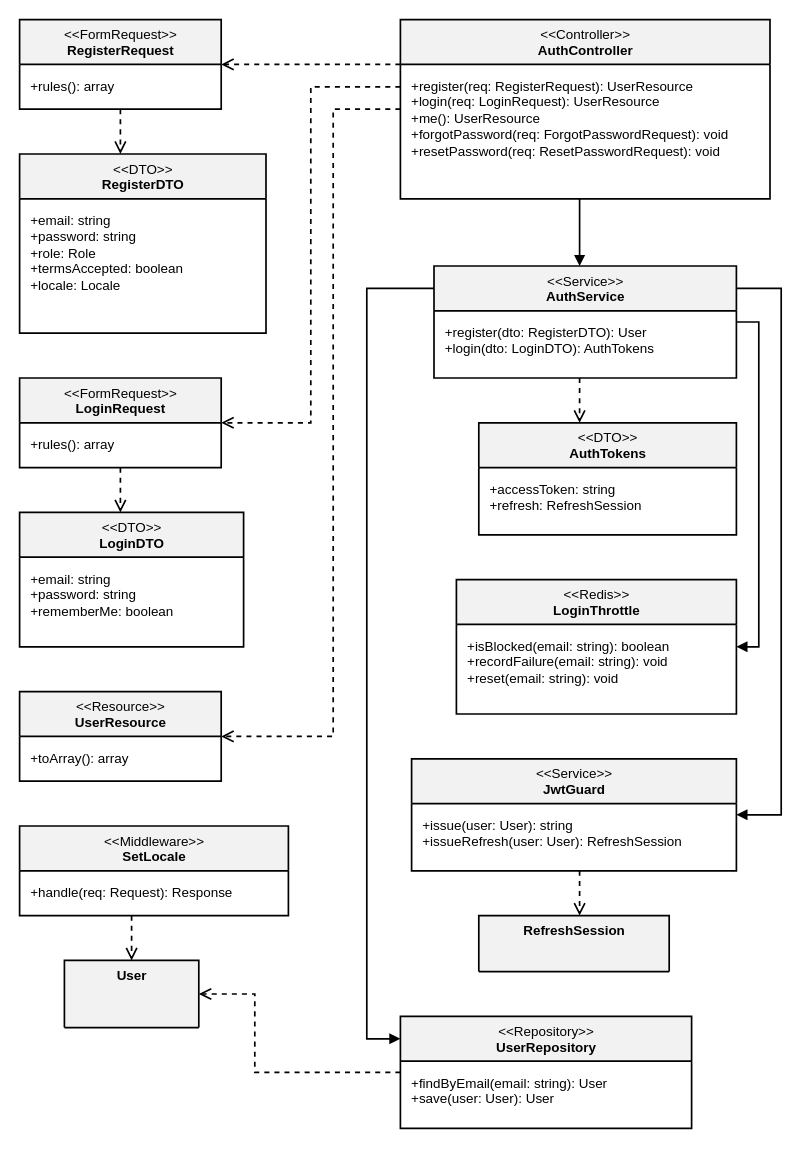
The draw.io diagram especificacao/diagramas/13-classes-area-a-implementacao-login.drawio in Plataforma-de-Cursos-TCC/plataforma-cursos-docs, before the edit. Source tidied: cells renumbered, new cells numbered last; positions are measured from the earlier drawing's top-left corner, leaving out a move shared by most shapes. Both pictures are drawn from the tidied source at 112%, with x=0, y=0 at pixel (19, 19).
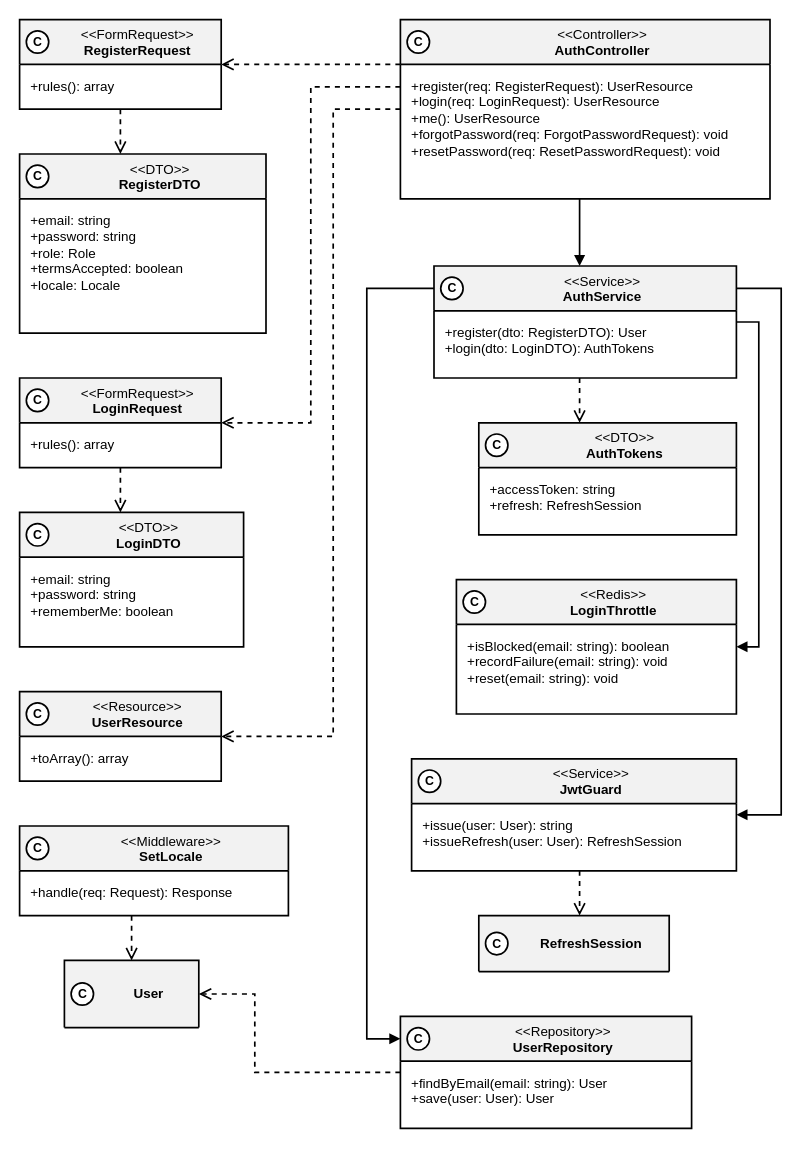
The same page after the edit.

Commit message (it also covers changes not shown here):
docs(classes): mark the element type with a circled letter in class diagrams

Change to the diagram source:
```diff
@@
-    <mxCell id="2" value="&amp;lt;&amp;lt;FormRequest&amp;gt;&amp;gt;&lt;br&gt;&lt;b&gt;RegisterRequest&lt;/b&gt;" style="swimlane;html=1;fontStyle=0;align=center;verticalAlign=top;startSize=40;fillColor=#F2F2F2;swimlaneFillColor=#FFFFFF;strokeColor=#000000;strokeWidth=1.5;fontFamily=Helvetica;fontSize=12;fontColor=#000000;rounded=0;" parent="1" vertex="1">
+    <mxCell id="2" value="&amp;lt;&amp;lt;FormRequest&amp;gt;&amp;gt;&lt;br&gt;&lt;b&gt;RegisterRequest&lt;/b&gt;" style="swimlane;html=1;fontStyle=0;align=center;verticalAlign=top;startSize=40;fillColor=#F2F2F2;swimlaneFillColor=#FFFFFF;strokeColor=#000000;strokeWidth=1.5;fontFamily=Helvetica;fontSize=12;fontColor=#000000;rounded=0;spacingLeft=30;" parent="1" vertex="1">
       <mxGeometry width="180" height="80" as="geometry" />
     </mxCell>
@@
-    <mxCell id="4" value="&amp;lt;&amp;lt;DTO&amp;gt;&amp;gt;&lt;br&gt;&lt;b&gt;RegisterDTO&lt;/b&gt;" style="swimlane;html=1;fontStyle=0;align=center;verticalAlign=top;startSize=40;fillColor=#F2F2F2;swimlaneFillColor=#FFFFFF;strokeColor=#000000;strokeWidth=1.5;fontFamily=Helvetica;fontSize=12;fontColor=#000000;rounded=0;" parent="1" vertex="1">
+    <mxCell id="4" value="&amp;lt;&amp;lt;DTO&amp;gt;&amp;gt;&lt;br&gt;&lt;b&gt;RegisterDTO&lt;/b&gt;" style="swimlane;html=1;fontStyle=0;align=center;verticalAlign=top;startSize=40;fillColor=#F2F2F2;swimlaneFillColor=#FFFFFF;strokeColor=#000000;strokeWidth=1.5;fontFamily=Helvetica;fontSize=12;fontColor=#000000;rounded=0;spacingLeft=30;" parent="1" vertex="1">
       <mxGeometry y="120" width="220" height="160" as="geometry" />
     </mxCell>
@@
-    <mxCell id="6" value="&amp;lt;&amp;lt;FormRequest&amp;gt;&amp;gt;&lt;br&gt;&lt;b&gt;LoginRequest&lt;/b&gt;" style="swimlane;html=1;fontStyle=0;align=center;verticalAlign=top;startSize=40;fillColor=#F2F2F2;swimlaneFillColor=#FFFFFF;strokeColor=#000000;strokeWidth=1.5;fontFamily=Helvetica;fontSize=12;fontColor=#000000;rounded=0;" parent="1" vertex="1">
+    <mxCell id="6" value="&amp;lt;&amp;lt;FormRequest&amp;gt;&amp;gt;&lt;br&gt;&lt;b&gt;LoginRequest&lt;/b&gt;" style="swimlane;html=1;fontStyle=0;align=center;verticalAlign=top;startSize=40;fillColor=#F2F2F2;swimlaneFillColor=#FFFFFF;strokeColor=#000000;strokeWidth=1.5;fontFamily=Helvetica;fontSize=12;fontColor=#000000;rounded=0;spacingLeft=30;" parent="1" vertex="1">
       <mxGeometry y="320" width="180" height="80" as="geometry" />
     </mxCell>
@@
-    <mxCell id="8" value="&amp;lt;&amp;lt;DTO&amp;gt;&amp;gt;&lt;br&gt;&lt;b&gt;LoginDTO&lt;/b&gt;" style="swimlane;html=1;fontStyle=0;align=center;verticalAlign=top;startSize=40;fillColor=#F2F2F2;swimlaneFillColor=#FFFFFF;strokeColor=#000000;strokeWidth=1.5;fontFamily=Helvetica;fontSize=12;fontColor=#000000;rounded=0;" parent="1" vertex="1">
+    <mxCell id="8" value="&amp;lt;&amp;lt;DTO&amp;gt;&amp;gt;&lt;br&gt;&lt;b&gt;LoginDTO&lt;/b&gt;" style="swimlane;html=1;fontStyle=0;align=center;verticalAlign=top;startSize=40;fillColor=#F2F2F2;swimlaneFillColor=#FFFFFF;strokeColor=#000000;strokeWidth=1.5;fontFamily=Helvetica;fontSize=12;fontColor=#000000;rounded=0;spacingLeft=30;" parent="1" vertex="1">
       <mxGeometry y="440" width="200" height="120" as="geometry" />
     </mxCell>
@@
-    <mxCell id="10" value="&amp;lt;&amp;lt;Resource&amp;gt;&amp;gt;&lt;br&gt;&lt;b&gt;UserResource&lt;/b&gt;" style="swimlane;html=1;fontStyle=0;align=center;verticalAlign=top;startSize=40;fillColor=#F2F2F2;swimlaneFillColor=#FFFFFF;strokeColor=#000000;strokeWidth=1.5;fontFamily=Helvetica;fontSize=12;fontColor=#000000;rounded=0;" parent="1" vertex="1">
+    <mxCell id="10" value="&amp;lt;&amp;lt;Resource&amp;gt;&amp;gt;&lt;br&gt;&lt;b&gt;UserResource&lt;/b&gt;" style="swimlane;html=1;fontStyle=0;align=center;verticalAlign=top;startSize=40;fillColor=#F2F2F2;swimlaneFillColor=#FFFFFF;strokeColor=#000000;strokeWidth=1.5;fontFamily=Helvetica;fontSize=12;fontColor=#000000;rounded=0;spacingLeft=30;" parent="1" vertex="1">
       <mxGeometry y="600" width="180" height="80" as="geometry" />
     </mxCell>
@@
-    <mxCell id="12" value="&amp;lt;&amp;lt;Middleware&amp;gt;&amp;gt;&lt;br&gt;&lt;b&gt;SetLocale&lt;/b&gt;" style="swimlane;html=1;fontStyle=0;align=center;verticalAlign=top;startSize=40;fillColor=#F2F2F2;swimlaneFillColor=#FFFFFF;strokeColor=#000000;strokeWidth=1.5;fontFamily=Helvetica;fontSize=12;fontColor=#000000;rounded=0;" parent="1" vertex="1">
+    <mxCell id="12" value="&amp;lt;&amp;lt;Middleware&amp;gt;&amp;gt;&lt;br&gt;&lt;b&gt;SetLocale&lt;/b&gt;" style="swimlane;html=1;fontStyle=0;align=center;verticalAlign=top;startSize=40;fillColor=#F2F2F2;swimlaneFillColor=#FFFFFF;strokeColor=#000000;strokeWidth=1.5;fontFamily=Helvetica;fontSize=12;fontColor=#000000;rounded=0;spacingLeft=30;" parent="1" vertex="1">
       <mxGeometry y="720" width="240" height="80" as="geometry" />
     </mxCell>
@@
-    <mxCell id="14" value="&lt;b&gt;User&lt;/b&gt;" style="swimlane;html=1;fontStyle=0;align=center;verticalAlign=top;startSize=60;fillColor=#F2F2F2;swimlaneFillColor=#FFFFFF;strokeColor=#000000;strokeWidth=1.5;fontFamily=Helvetica;fontSize=12;fontColor=#000000;rounded=0;" parent="1" vertex="1">
+    <mxCell id="14" value="&lt;b&gt;User&lt;/b&gt;" style="swimlane;html=1;fontStyle=0;align=center;verticalAlign=middle;startSize=60;fillColor=#F2F2F2;swimlaneFillColor=#FFFFFF;strokeColor=#000000;strokeWidth=1.5;fontFamily=Helvetica;fontSize=12;fontColor=#000000;rounded=0;spacingLeft=30;" parent="1" vertex="1">
       <mxGeometry x="40" y="840" width="120" height="60" as="geometry" />
     </mxCell>
-    <mxCell id="15" value="&amp;lt;&amp;lt;Controller&amp;gt;&amp;gt;&lt;br&gt;&lt;b&gt;AuthController&lt;/b&gt;" style="swimlane;html=1;fontStyle=0;align=center;verticalAlign=top;startSize=40;fillColor=#F2F2F2;swimlaneFillColor=#FFFFFF;strokeColor=#000000;strokeWidth=1.5;fontFamily=Helvetica;fontSize=12;fontColor=#000000;rounded=0;" parent="1" vertex="1">
+    <mxCell id="15" value="&amp;lt;&amp;lt;Controller&amp;gt;&amp;gt;&lt;br&gt;&lt;b&gt;AuthController&lt;/b&gt;" style="swimlane;html=1;fontStyle=0;align=center;verticalAlign=top;startSize=40;fillColor=#F2F2F2;swimlaneFillColor=#FFFFFF;strokeColor=#000000;strokeWidth=1.5;fontFamily=Helvetica;fontSize=12;fontColor=#000000;rounded=0;spacingLeft=30;" parent="1" vertex="1">
       <mxGeometry x="340" width="330" height="160" as="geometry" />
     </mxCell>
@@
-    <mxCell id="17" value="&amp;lt;&amp;lt;Service&amp;gt;&amp;gt;&lt;br&gt;&lt;b&gt;AuthService&lt;/b&gt;" style="swimlane;html=1;fontStyle=0;align=center;verticalAlign=top;startSize=40;fillColor=#F2F2F2;swimlaneFillColor=#FFFFFF;strokeColor=#000000;strokeWidth=1.5;fontFamily=Helvetica;fontSize=12;fontColor=#000000;rounded=0;" parent="1" vertex="1">
+    <mxCell id="17" value="&amp;lt;&amp;lt;Service&amp;gt;&amp;gt;&lt;br&gt;&lt;b&gt;AuthService&lt;/b&gt;" style="swimlane;html=1;fontStyle=0;align=center;verticalAlign=top;startSize=40;fillColor=#F2F2F2;swimlaneFillColor=#FFFFFF;strokeColor=#000000;strokeWidth=1.5;fontFamily=Helvetica;fontSize=12;fontColor=#000000;rounded=0;spacingLeft=30;" parent="1" vertex="1">
       <mxGeometry x="370" y="220" width="270" height="100" as="geometry" />
     </mxCell>
@@
-    <mxCell id="19" value="&amp;lt;&amp;lt;DTO&amp;gt;&amp;gt;&lt;br&gt;&lt;b&gt;AuthTokens&lt;/b&gt;" style="swimlane;html=1;fontStyle=0;align=center;verticalAlign=top;startSize=40;fillColor=#F2F2F2;swimlaneFillColor=#FFFFFF;strokeColor=#000000;strokeWidth=1.5;fontFamily=Helvetica;fontSize=12;fontColor=#000000;rounded=0;" parent="1" vertex="1">
+    <mxCell id="19" value="&amp;lt;&amp;lt;DTO&amp;gt;&amp;gt;&lt;br&gt;&lt;b&gt;AuthTokens&lt;/b&gt;" style="swimlane;html=1;fontStyle=0;align=center;verticalAlign=top;startSize=40;fillColor=#F2F2F2;swimlaneFillColor=#FFFFFF;strokeColor=#000000;strokeWidth=1.5;fontFamily=Helvetica;fontSize=12;fontColor=#000000;rounded=0;spacingLeft=30;" parent="1" vertex="1">
       <mxGeometry x="410" y="360" width="230" height="100" as="geometry" />
     </mxCell>
@@
-    <mxCell id="21" value="&amp;lt;&amp;lt;Redis&amp;gt;&amp;gt;&lt;br&gt;&lt;b&gt;LoginThrottle&lt;/b&gt;" style="swimlane;html=1;fontStyle=0;align=center;verticalAlign=top;startSize=40;fillColor=#F2F2F2;swimlaneFillColor=#FFFFFF;strokeColor=#000000;strokeWidth=1.5;fontFamily=Helvetica;fontSize=12;fontColor=#000000;rounded=0;" parent="1" vertex="1">
+    <mxCell id="21" value="&amp;lt;&amp;lt;Redis&amp;gt;&amp;gt;&lt;br&gt;&lt;b&gt;LoginThrottle&lt;/b&gt;" style="swimlane;html=1;fontStyle=0;align=center;verticalAlign=top;startSize=40;fillColor=#F2F2F2;swimlaneFillColor=#FFFFFF;strokeColor=#000000;strokeWidth=1.5;fontFamily=Helvetica;fontSize=12;fontColor=#000000;rounded=0;spacingLeft=30;" parent="1" vertex="1">
       <mxGeometry x="390" y="500" width="250" height="120" as="geometry" />
     </mxCell>
@@
-    <mxCell id="23" value="&amp;lt;&amp;lt;Service&amp;gt;&amp;gt;&lt;br&gt;&lt;b&gt;JwtGuard&lt;/b&gt;" style="swimlane;html=1;fontStyle=0;align=center;verticalAlign=top;startSize=40;fillColor=#F2F2F2;swimlaneFillColor=#FFFFFF;strokeColor=#000000;strokeWidth=1.5;fontFamily=Helvetica;fontSize=12;fontColor=#000000;rounded=0;" parent="1" vertex="1">
+    <mxCell id="23" value="&amp;lt;&amp;lt;Service&amp;gt;&amp;gt;&lt;br&gt;&lt;b&gt;JwtGuard&lt;/b&gt;" style="swimlane;html=1;fontStyle=0;align=center;verticalAlign=top;startSize=40;fillColor=#F2F2F2;swimlaneFillColor=#FFFFFF;strokeColor=#000000;strokeWidth=1.5;fontFamily=Helvetica;fontSize=12;fontColor=#000000;rounded=0;spacingLeft=30;" parent="1" vertex="1">
       <mxGeometry x="350" y="660" width="290" height="100" as="geometry" />
     </mxCell>
@@
-    <mxCell id="25" value="&lt;b&gt;RefreshSession&lt;/b&gt;" style="swimlane;html=1;fontStyle=0;align=center;verticalAlign=top;startSize=50;fillColor=#F2F2F2;swimlaneFillColor=#FFFFFF;strokeColor=#000000;strokeWidth=1.5;fontFamily=Helvetica;fontSize=12;fontColor=#000000;rounded=0;" parent="1" vertex="1">
+    <mxCell id="25" value="&lt;b&gt;RefreshSession&lt;/b&gt;" style="swimlane;html=1;fontStyle=0;align=center;verticalAlign=middle;startSize=50;fillColor=#F2F2F2;swimlaneFillColor=#FFFFFF;strokeColor=#000000;strokeWidth=1.5;fontFamily=Helvetica;fontSize=12;fontColor=#000000;rounded=0;spacingLeft=30;" parent="1" vertex="1">
       <mxGeometry x="410" y="800" width="170" height="50" as="geometry" />
     </mxCell>
-    <mxCell id="26" value="&amp;lt;&amp;lt;Repository&amp;gt;&amp;gt;&lt;br&gt;&lt;b&gt;UserRepository&lt;/b&gt;" style="swimlane;html=1;fontStyle=0;align=center;verticalAlign=top;startSize=40;fillColor=#F2F2F2;swimlaneFillColor=#FFFFFF;strokeColor=#000000;strokeWidth=1.5;fontFamily=Helvetica;fontSize=12;fontColor=#000000;rounded=0;" parent="1" vertex="1">
+    <mxCell id="26" value="&amp;lt;&amp;lt;Repository&amp;gt;&amp;gt;&lt;br&gt;&lt;b&gt;UserRepository&lt;/b&gt;" style="swimlane;html=1;fontStyle=0;align=center;verticalAlign=top;startSize=40;fillColor=#F2F2F2;swimlaneFillColor=#FFFFFF;strokeColor=#000000;strokeWidth=1.5;fontFamily=Helvetica;fontSize=12;fontColor=#000000;rounded=0;spacingLeft=30;" parent="1" vertex="1">
       <mxGeometry x="340" y="890" width="260" height="100" as="geometry" />
     </mxCell>
@@
+    <mxCell id="41" value="C" style="ellipse;html=1;fillColor=#FFFFFF;strokeColor=#000000;strokeWidth=1.5;fontFamily=Helvetica;fontSize=11;fontStyle=1;fontColor=#000000;" parent="1" vertex="1">
+      <mxGeometry x="6" y="10" width="20" height="20" as="geometry" />
+    </mxCell>
+    <mxCell id="42" value="C" style="ellipse;html=1;fillColor=#FFFFFF;strokeColor=#000000;strokeWidth=1.5;fontFamily=Helvetica;fontSize=11;fontStyle=1;fontColor=#000000;" parent="1" vertex="1">
+      <mxGeometry x="6" y="130" width="20" height="20" as="geometry" />
+    </mxCell>
+    <mxCell id="43" value="C" style="ellipse;html=1;fillColor=#FFFFFF;strokeColor=#000000;strokeWidth=1.5;fontFamily=Helvetica;fontSize=11;fontStyle=1;fontColor=#000000;" parent="1" vertex="1">
+      <mxGeometry x="6" y="330" width="20" height="20" as="geometry" />
+    </mxCell>
+    <mxCell id="44" value="C" style="ellipse;html=1;fillColor=#FFFFFF;strokeColor=#000000;strokeWidth=1.5;fontFamily=Helvetica;fontSize=11;fontStyle=1;fontColor=#000000;" parent="1" vertex="1">
+      <mxGeometry x="6" y="450" width="20" height="20" as="geometry" />
+    </mxCell>
+    <mxCell id="45" value="C" style="ellipse;html=1;fillColor=#FFFFFF;strokeColor=#000000;strokeWidth=1.5;fontFamily=Helvetica;fontSize=11;fontStyle=1;fontColor=#000000;" parent="1" vertex="1">
+      <mxGeometry x="6" y="610" width="20" height="20" as="geometry" />
+    </mxCell>
+    <mxCell id="46" value="C" style="ellipse;html=1;fillColor=#FFFFFF;strokeColor=#000000;strokeWidth=1.5;fontFamily=Helvetica;fontSize=11;fontStyle=1;fontColor=#000000;" parent="1" vertex="1">
+      <mxGeometry x="6" y="730" width="20" height="20" as="geometry" />
+    </mxCell>
+    <mxCell id="47" value="C" style="ellipse;html=1;fillColor=#FFFFFF;strokeColor=#000000;strokeWidth=1.5;fontFamily=Helvetica;fontSize=11;fontStyle=1;fontColor=#000000;" parent="1" vertex="1">
+      <mxGeometry x="46" y="860" width="20" height="20" as="geometry" />
+    </mxCell>
+    <mxCell id="48" value="C" style="ellipse;html=1;fillColor=#FFFFFF;strokeColor=#000000;strokeWidth=1.5;fontFamily=Helvetica;fontSize=11;fontStyle=1;fontColor=#000000;" parent="1" vertex="1">
+      <mxGeometry x="346" y="10" width="20" height="20" as="geometry" />
+    </mxCell>
+    <mxCell id="49" value="C" style="ellipse;html=1;fillColor=#FFFFFF;strokeColor=#000000;strokeWidth=1.5;fontFamily=Helvetica;fontSize=11;fontStyle=1;fontColor=#000000;" parent="1" vertex="1">
+      <mxGeometry x="376" y="230" width="20" height="20" as="geometry" />
+    </mxCell>
+    <mxCell id="50" value="C" style="ellipse;html=1;fillColor=#FFFFFF;strokeColor=#000000;strokeWidth=1.5;fontFamily=Helvetica;fontSize=11;fontStyle=1;fontColor=#000000;" parent="1" vertex="1">
+      <mxGeometry x="416" y="370" width="20" height="20" as="geometry" />
+    </mxCell>
+    <mxCell id="51" value="C" style="ellipse;html=1;fillColor=#FFFFFF;strokeColor=#000000;strokeWidth=1.5;fontFamily=Helvetica;fontSize=11;fontStyle=1;fontColor=#000000;" parent="1" vertex="1">
+      <mxGeometry x="396" y="510" width="20" height="20" as="geometry" />
+    </mxCell>
+    <mxCell id="52" value="C" style="ellipse;html=1;fillColor=#FFFFFF;strokeColor=#000000;strokeWidth=1.5;fontFamily=Helvetica;fontSize=11;fontStyle=1;fontColor=#000000;" parent="1" vertex="1">
+      <mxGeometry x="356" y="670" width="20" height="20" as="geometry" />
+    </mxCell>
+    <mxCell id="53" value="C" style="ellipse;html=1;fillColor=#FFFFFF;strokeColor=#000000;strokeWidth=1.5;fontFamily=Helvetica;fontSize=11;fontStyle=1;fontColor=#000000;" parent="1" vertex="1">
+      <mxGeometry x="416" y="815" width="20" height="20" as="geometry" />
+    </mxCell>
+    <mxCell id="54" value="C" style="ellipse;html=1;fillColor=#FFFFFF;strokeColor=#000000;strokeWidth=1.5;fontFamily=Helvetica;fontSize=11;fontStyle=1;fontColor=#000000;" parent="1" vertex="1">
+      <mxGeometry x="346" y="900" width="20" height="20" as="geometry" />
+    </mxCell>
```
